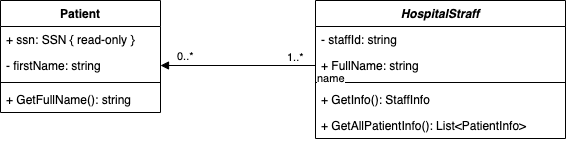
Above: slide_server/slides/Week 6/img/association.png in hkirk/ST2ITS2_Material (draw.io), before the change. Source tidied: cells renumbered, new cells last; positions are measured from the earlier drawing's top-left corner, leaving out a move shared by most shapes. The source it was exported from:
```xml
<mxGraphModel>
  <root>
    <mxCell id="0" />
    <mxCell id="1" parent="0" />
    <mxCell id="2" value="HospitalStraff" style="swimlane;fontStyle=3;align=center;verticalAlign=top;horizontal=1;startSize=26;" parent="1" vertex="1">
      <mxGeometry x="315" width="250" height="138" as="geometry" />
    </mxCell>
    <mxCell id="3" value="- staffId: string" style="text;strokeColor=none;fillColor=none;align=left;verticalAlign=top;spacingLeft=4;spacingRight=4;overflow=hidden;" parent="2" vertex="1">
      <mxGeometry y="26" width="250" height="26" as="geometry" />
    </mxCell>
    <mxCell id="4" value="+ FullName: string" style="text;strokeColor=none;fillColor=none;align=left;verticalAlign=top;spacingLeft=4;spacingRight=4;overflow=hidden;points=[[0,0.5],[1,0.5]];portConstraint=eastwest;" parent="2" vertex="1">
      <mxGeometry y="52" width="250" height="26" as="geometry" />
    </mxCell>
    <mxCell id="5" style="line;strokeWidth=1;fillColor=none;align=left;verticalAlign=middle;spacingTop=-1;spacingLeft=3;spacingRight=3;labelPosition=right;strokeColor=inherit;" parent="2" vertex="1">
      <mxGeometry y="78" width="250" height="8" as="geometry" />
    </mxCell>
    <mxCell id="6" value="+ GetInfo(): StaffInfo" style="text;strokeColor=none;fillColor=none;align=left;verticalAlign=top;spacingLeft=4;spacingRight=4;overflow=hidden;" parent="2" vertex="1">
      <mxGeometry y="86" width="250" height="26" as="geometry" />
    </mxCell>
    <mxCell id="7" value="+ GetAllPatientInfo(): List&lt;PatientInfo&gt;" style="text;strokeColor=none;fillColor=none;align=left;verticalAlign=top;spacingLeft=4;spacingRight=4;overflow=hidden;" parent="2" vertex="1">
      <mxGeometry y="112" width="250" height="26" as="geometry" />
    </mxCell>
    <mxCell id="8" value="Patient" style="swimlane;fontStyle=1;align=center;verticalAlign=top;horizontal=1;startSize=26;" parent="1" vertex="1">
      <mxGeometry width="160" height="112" as="geometry" />
    </mxCell>
    <mxCell id="9" value="+ ssn: SSN { read-only }" style="text;strokeColor=none;fillColor=none;align=left;verticalAlign=top;spacingLeft=4;spacingRight=4;overflow=hidden;" parent="8" vertex="1">
      <mxGeometry y="26" width="160" height="26" as="geometry" />
    </mxCell>
    <mxCell id="10" value="- firstName: string" style="text;strokeColor=none;fillColor=none;align=left;verticalAlign=top;spacingLeft=4;spacingRight=4;overflow=hidden;points=[[0,0.5],[1,0.5]];portConstraint=eastwest;" parent="8" vertex="1">
      <mxGeometry y="52" width="160" height="26" as="geometry" />
    </mxCell>
    <mxCell id="11" style="line;strokeWidth=1;fillColor=none;align=left;verticalAlign=middle;spacingTop=-1;spacingLeft=3;spacingRight=3;labelPosition=right;strokeColor=inherit;" parent="8" vertex="1">
      <mxGeometry y="78" width="160" height="8" as="geometry" />
    </mxCell>
    <mxCell id="12" value="+ GetFullName(): string" style="text;strokeColor=none;fillColor=none;align=left;verticalAlign=top;spacingLeft=4;spacingRight=4;overflow=hidden;" parent="8" vertex="1">
      <mxGeometry y="86" width="160" height="26" as="geometry" />
    </mxCell>
    <mxCell id="13" value="name" style="endArrow=block;endFill=1;html=1;edgeStyle=orthogonalEdgeStyle;align=left;verticalAlign=top;rounded=0;exitX=0;exitY=0.5;exitDx=0;exitDy=0;entryX=1;entryY=0.5;entryDx=0;entryDy=0;" parent="1" edge="1" source="4" target="10">
      <mxGeometry x="-1" relative="1" as="geometry" />
    </mxCell>
    <mxCell id="14" value="1..*" style="edgeLabel;html=1;align=left;verticalAlign=bottom;" parent="13" vertex="1">
      <mxGeometry x="-1" relative="1" as="geometry">
        <mxPoint x="-30" as="offset" />
      </mxGeometry>
    </mxCell>
    <mxCell id="15" value="0..*" style="edgeLabel;html=1;align=left;verticalAlign=bottom;" parent="1" vertex="1">
      <mxGeometry x="175" y="64" as="geometry" />
    </mxCell>
  </root>
</mxGraphModel>
```
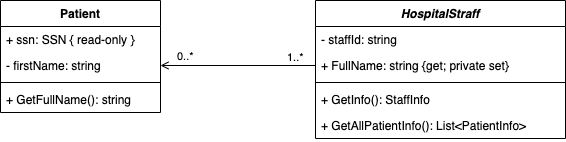
Above is the later version.

Diff of the diagram source:
```diff
@@ -8,7 +8,7 @@
     <mxCell id="3" value="- staffId: string" style="text;strokeColor=none;fillColor=none;align=left;verticalAlign=top;spacingLeft=4;spacingRight=4;overflow=hidden;" parent="2" vertex="1">
       <mxGeometry y="26" width="250" height="26" as="geometry" />
     </mxCell>
-    <mxCell id="4" value="+ FullName: string" style="text;strokeColor=none;fillColor=none;align=left;verticalAlign=top;spacingLeft=4;spacingRight=4;overflow=hidden;points=[[0,0.5],[1,0.5]];portConstraint=eastwest;" parent="2" vertex="1">
+    <mxCell id="4" value="+ FullName: string {get; private set}" style="text;strokeColor=none;fillColor=none;align=left;verticalAlign=top;spacingLeft=4;spacingRight=4;overflow=hidden;points=[[0,0.5],[1,0.5]];portConstraint=eastwest;" parent="2" vertex="1">
       <mxGeometry y="52" width="250" height="26" as="geometry" />
     </mxCell>
     <mxCell id="5" style="line;strokeWidth=1;fillColor=none;align=left;verticalAlign=middle;spacingTop=-1;spacingLeft=3;spacingRight=3;labelPosition=right;strokeColor=inherit;" parent="2" vertex="1">
@@ -35,7 +35,7 @@
     <mxCell id="12" value="+ GetFullName(): string" style="text;strokeColor=none;fillColor=none;align=left;verticalAlign=top;spacingLeft=4;spacingRight=4;overflow=hidden;" parent="8" vertex="1">
       <mxGeometry y="86" width="160" height="26" as="geometry" />
     </mxCell>
-    <mxCell id="13" value="name" style="endArrow=block;endFill=1;html=1;edgeStyle=orthogonalEdgeStyle;align=left;verticalAlign=top;rounded=0;exitX=0;exitY=0.5;exitDx=0;exitDy=0;entryX=1;entryY=0.5;entryDx=0;entryDy=0;" parent="1" edge="1" source="4" target="10">
+    <mxCell id="13" style="endArrow=open;endFill=0;html=1;edgeStyle=orthogonalEdgeStyle;align=left;verticalAlign=top;rounded=0;exitX=0;exitY=0.5;exitDx=0;exitDy=0;entryX=1;entryY=0.5;entryDx=0;entryDy=0;" parent="1" edge="1" source="4" target="10">
       <mxGeometry x="-1" relative="1" as="geometry" />
     </mxCell>
     <mxCell id="14" value="1..*" style="edgeLabel;html=1;align=left;verticalAlign=bottom;" parent="13" vertex="1">
```
